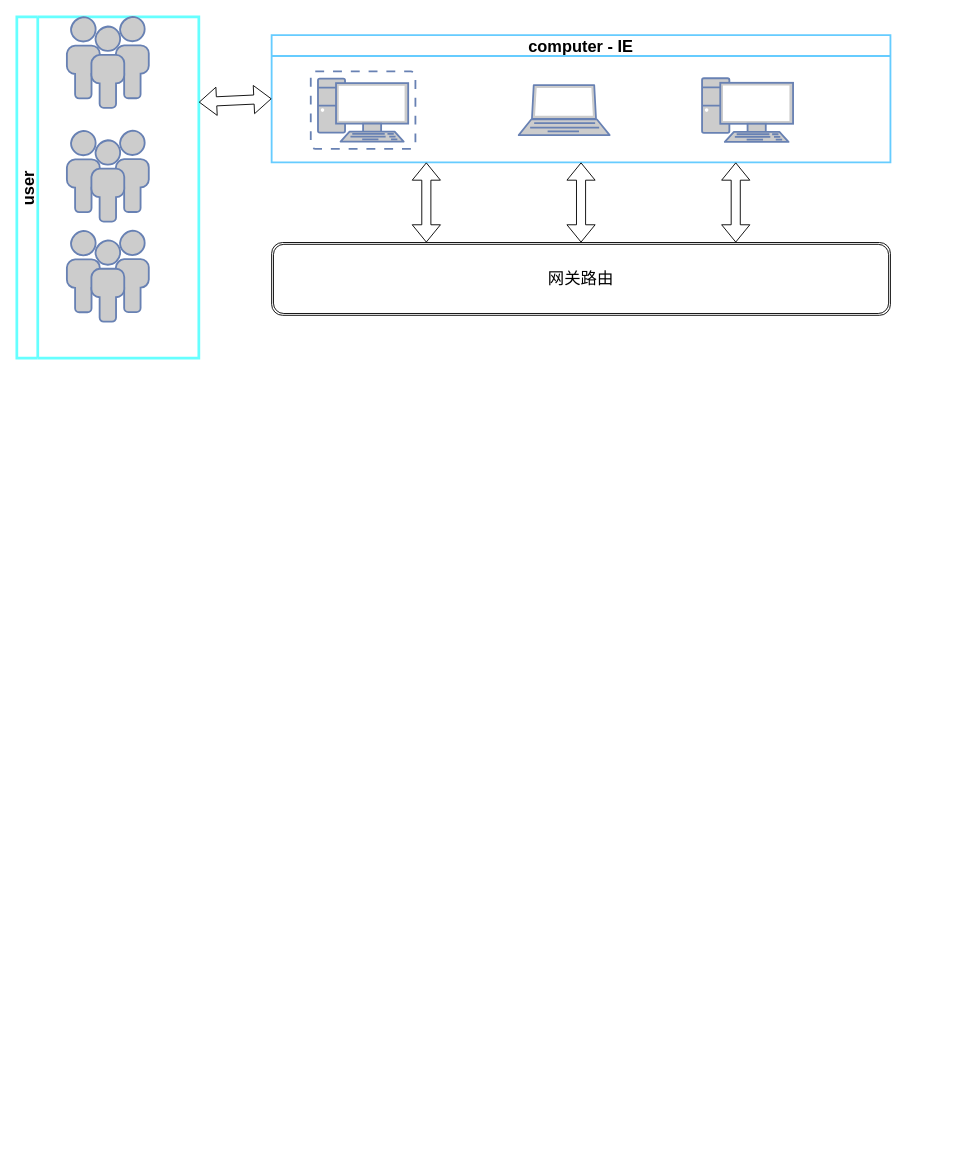
Before: doc/Untitled Diagram.drawio in yezhen701/VTCAD, a draw.io diagram. Source tidied: cells renumbered, new cells numbered last; positions are measured from the earlier drawing's top-left corner, leaving out a move shared by most shapes. Both pictures are drawn from the tidied source at 91%, with x=0, y=0 at pixel (16, 16).
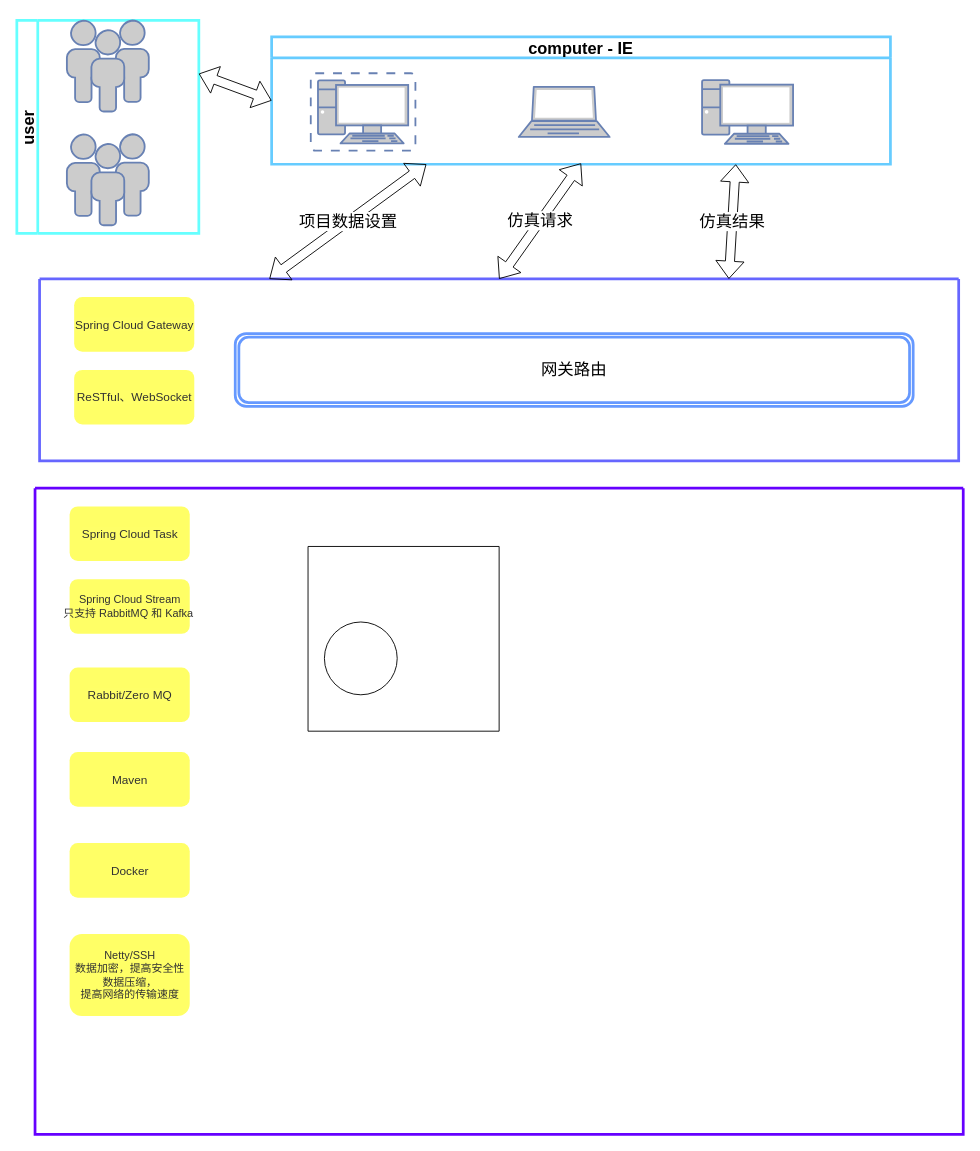
The same diagram, later.

The edit, as a diff of the source:
```diff
@@
-    <mxCell id="2" value="computer - IE" style="swimlane;strokeColor=#66ccff;strokeWidth=2;fontSize=18;" parent="1" vertex="1">
-      <mxGeometry x="280" y="20" width="680" height="140" as="geometry" />
+    <mxCell id="2" value="computer - IE" style="swimlane;strokeColor=#66ccff;strokeWidth=3;fontSize=18;" parent="1" vertex="1">
+      <mxGeometry x="280" y="22" width="680" height="140" as="geometry" />
     </mxCell>
@@
-    <mxCell id="6" value="&lt;font style=&quot;font-size: 18px&quot;&gt;网关路由&lt;/font&gt;" style="shape=ext;double=1;rounded=1;whiteSpace=wrap;html=1;" parent="1" vertex="1">
-      <mxGeometry x="280" y="248" width="680" height="80" as="geometry" />
-    </mxCell>
     <mxCell id="7" value="user" style="swimlane;horizontal=0;fontSize=18;strokeColor=#66ffff;strokeWidth=3;" parent="1" vertex="1">
-      <mxGeometry width="200" height="375" as="geometry" />
+      <mxGeometry y="4" width="200" height="234" as="geometry" />
     </mxCell>
@@
-    <mxCell id="10" style="fontColor=#0066CC;verticalAlign=top;verticalLabelPosition=bottom;labelPosition=center;align=center;html=1;fillColor=#CCCCCC;strokeColor=#6881B3;gradientColor=none;gradientDirection=north;strokeWidth=2;shape=mxgraph.networks.users;" parent="7" vertex="1">
-      <mxGeometry x="55" y="235" width="90" height="100" as="geometry" />
-    </mxCell>
@@
-    <mxCell id="12" style="shape=flexArrow;endArrow=classic;startArrow=classic;html=1;rounded=0;fontSize=18;entryX=0.25;entryY=1;entryDx=0;entryDy=0;exitX=0.25;exitY=0;exitDx=0;exitDy=0;" parent="1" edge="1" source="6" target="2">
-      <mxGeometry relative="1" as="geometry" />
-    </mxCell>
-    <mxCell id="13" style="shape=flexArrow;endArrow=classic;startArrow=classic;html=1;rounded=0;fontSize=18;entryX=0.75;entryY=1;entryDx=0;entryDy=0;exitX=0.75;exitY=0;exitDx=0;exitDy=0;" parent="1" edge="1" source="6" target="2">
-      <mxGeometry relative="1" as="geometry" />
-    </mxCell>
-    <mxCell id="14" style="shape=flexArrow;endArrow=classic;startArrow=classic;html=1;rounded=0;fontSize=18;entryX=0.5;entryY=1;entryDx=0;entryDy=0;exitX=0.5;exitY=0;exitDx=0;exitDy=0;" parent="1" edge="1" source="6" target="2">
-      <mxGeometry relative="1" as="geometry" />
-    </mxCell>
+    <mxCell id="15" style="swimlane;startSize=0;fontSize=18;strokeColor=#6666ff;strokeWidth=3;" parent="1" vertex="1">
+      <mxGeometry x="25" y="288" width="1010" height="200" as="geometry" />
+    </mxCell>
+    <mxCell id="6" value="&lt;font style=&quot;font-size: 18px&quot;&gt;网关路由&lt;/font&gt;" style="shape=ext;double=1;rounded=1;whiteSpace=wrap;html=1;strokeColor=#6699ff;strokeWidth=3;fontSize=18;" parent="15" vertex="1">
+      <mxGeometry x="215" y="60" width="745" height="80" as="geometry" />
+    </mxCell>
+    <mxCell id="16" value="&lt;span style=&quot;color: rgb(50 , 50 , 50) ; font-size: 13px ; background-color: rgba(255 , 255 , 255 , 0.01)&quot;&gt;Spring Cloud Gateway&lt;/span&gt;" style="rounded=1;align=center;fillColor=#ffff66;strokeColor=none;html=1;fontColor=#596780;fontSize=12;" parent="15" vertex="1">
+      <mxGeometry x="38" y="20" width="132" height="60" as="geometry" />
+    </mxCell>
+    <mxCell id="17" value="&lt;span style=&quot;color: rgb(50 , 50 , 50) ; font-size: 13px ; background-color: rgba(255 , 255 , 255 , 0.01)&quot;&gt;ReSTful、WebSocket&lt;/span&gt;" style="rounded=1;align=center;fillColor=#ffff66;strokeColor=none;html=1;fontColor=#596780;fontSize=12;" parent="15" vertex="1">
+      <mxGeometry x="38" y="100" width="132" height="60" as="geometry" />
+    </mxCell>
+    <mxCell id="18" value="项目数据设置" style="shape=flexArrow;endArrow=classic;startArrow=classic;html=1;rounded=0;fontSize=18;entryX=0.25;entryY=0;entryDx=0;entryDy=0;exitX=0.25;exitY=1;exitDx=0;exitDy=0;" parent="1" edge="1" source="2" target="15">
+      <mxGeometry relative="1" as="geometry" />
+    </mxCell>
+    <mxCell id="19" value="仿真请求" style="shape=flexArrow;endArrow=classic;startArrow=classic;html=1;rounded=0;fontSize=18;entryX=0.5;entryY=0;entryDx=0;entryDy=0;exitX=0.5;exitY=0;exitDx=0;exitDy=0;" parent="1" edge="1" source="15">
+      <mxGeometry relative="1" as="geometry">
+        <mxPoint x="620" y="161" as="targetPoint" />
+      </mxGeometry>
+    </mxCell>
+    <mxCell id="20" value="仿真结果" style="shape=flexArrow;endArrow=classic;startArrow=classic;html=1;rounded=0;fontSize=18;entryX=0.75;entryY=0;entryDx=0;entryDy=0;exitX=0.75;exitY=1;exitDx=0;exitDy=0;" parent="1" edge="1" source="2" target="15">
+      <mxGeometry relative="1" as="geometry" />
+    </mxCell>
+    <mxCell id="21" style="swimlane;startSize=0;fontSize=18;strokeColor=#6600ff;strokeWidth=3;" parent="1" vertex="1">
+      <mxGeometry x="20" y="518" width="1020" height="710" as="geometry" />
+    </mxCell>
+    <mxCell id="22" value="&lt;span style=&quot;color: rgb(50 , 50 , 50) ; font-size: 13px ; background-color: rgba(255 , 255 , 255 , 0.01)&quot;&gt;Spring Cloud Task&lt;/span&gt;" style="rounded=1;align=center;fillColor=#ffff66;strokeColor=none;html=1;fontColor=#596780;fontSize=12;" parent="21" vertex="1">
+      <mxGeometry x="38" y="20" width="132" height="60" as="geometry" />
+    </mxCell>
+    <mxCell id="23" value="&lt;span style=&quot;color: rgb(50 , 50 , 50) ; background-color: rgba(255 , 255 , 255 , 0.01)&quot;&gt;Spring Cloud Stream&lt;/span&gt;&lt;div style=&quot;resize: none ; outline: none ; color: rgb(50 , 50 , 50)&quot;&gt;只支持 RabbitMQ 和 Kafka&amp;nbsp;&lt;/div&gt;" style="rounded=1;align=center;fillColor=#ffff66;strokeColor=none;html=1;fontColor=#596780;fontSize=12;" parent="21" vertex="1">
+      <mxGeometry x="38" y="100" width="132" height="60" as="geometry" />
+    </mxCell>
+    <mxCell id="24" value="&lt;span style=&quot;color: rgb(50 , 50 , 50) ; font-size: 13px ; background-color: rgba(255 , 255 , 255 , 0.01)&quot;&gt;Rabbit/Zero MQ&lt;/span&gt;" style="rounded=1;align=center;fillColor=#ffff66;strokeColor=none;html=1;fontColor=#596780;fontSize=12;" parent="21" vertex="1">
+      <mxGeometry x="38" y="197" width="132" height="60" as="geometry" />
+    </mxCell>
+    <mxCell id="25" value="&lt;span style=&quot;color: rgb(50 , 50 , 50) ; font-size: 13px ; background-color: rgba(255 , 255 , 255 , 0.01)&quot;&gt;Maven&lt;/span&gt;" style="rounded=1;align=center;fillColor=#ffff66;strokeColor=none;html=1;fontColor=#596780;fontSize=12;" parent="21" vertex="1">
+      <mxGeometry x="38" y="290" width="132" height="60" as="geometry" />
+    </mxCell>
+    <mxCell id="26" value="&lt;span style=&quot;color: rgb(50 , 50 , 50) ; font-size: 13px ; background-color: rgba(255 , 255 , 255 , 0.01)&quot;&gt;Docker&lt;/span&gt;" style="rounded=1;align=center;fillColor=#ffff66;strokeColor=none;html=1;fontColor=#596780;fontSize=12;" parent="21" vertex="1">
+      <mxGeometry x="38" y="390" width="132" height="60" as="geometry" />
+    </mxCell>
+    <mxCell id="27" value="&lt;span style=&quot;color: rgb(50 , 50 , 50) ; background-color: rgba(255 , 255 , 255 , 0.01)&quot;&gt;Netty/SSH&lt;/span&gt;&lt;div style=&quot;resize: none ; outline: none ; color: rgb(50 , 50 , 50)&quot;&gt;数据加密，提高安全性&lt;br&gt;数据压缩，&lt;/div&gt;&lt;div style=&quot;resize: none ; outline: none ; color: rgb(50 , 50 , 50)&quot;&gt;提高网络的传输速度&lt;/div&gt;" style="rounded=1;align=center;fillColor=#ffff66;strokeColor=none;html=1;fontColor=#596780;fontSize=12;" parent="21" vertex="1">
+      <mxGeometry x="38" y="490" width="132" height="90" as="geometry" />
+    </mxCell>
+    <mxCell id="28" style="swimlane;startSize=0;fontSize=18;" parent="21" vertex="1">
+      <mxGeometry x="300" y="64" width="210" height="203" as="geometry" />
+    </mxCell>
+    <mxCell id="29" style="ellipse;whiteSpace=wrap;html=1;fontSize=18;" parent="28" vertex="1">
+      <mxGeometry x="18" y="83" width="80" height="80" as="geometry" />
+    </mxCell>
```
